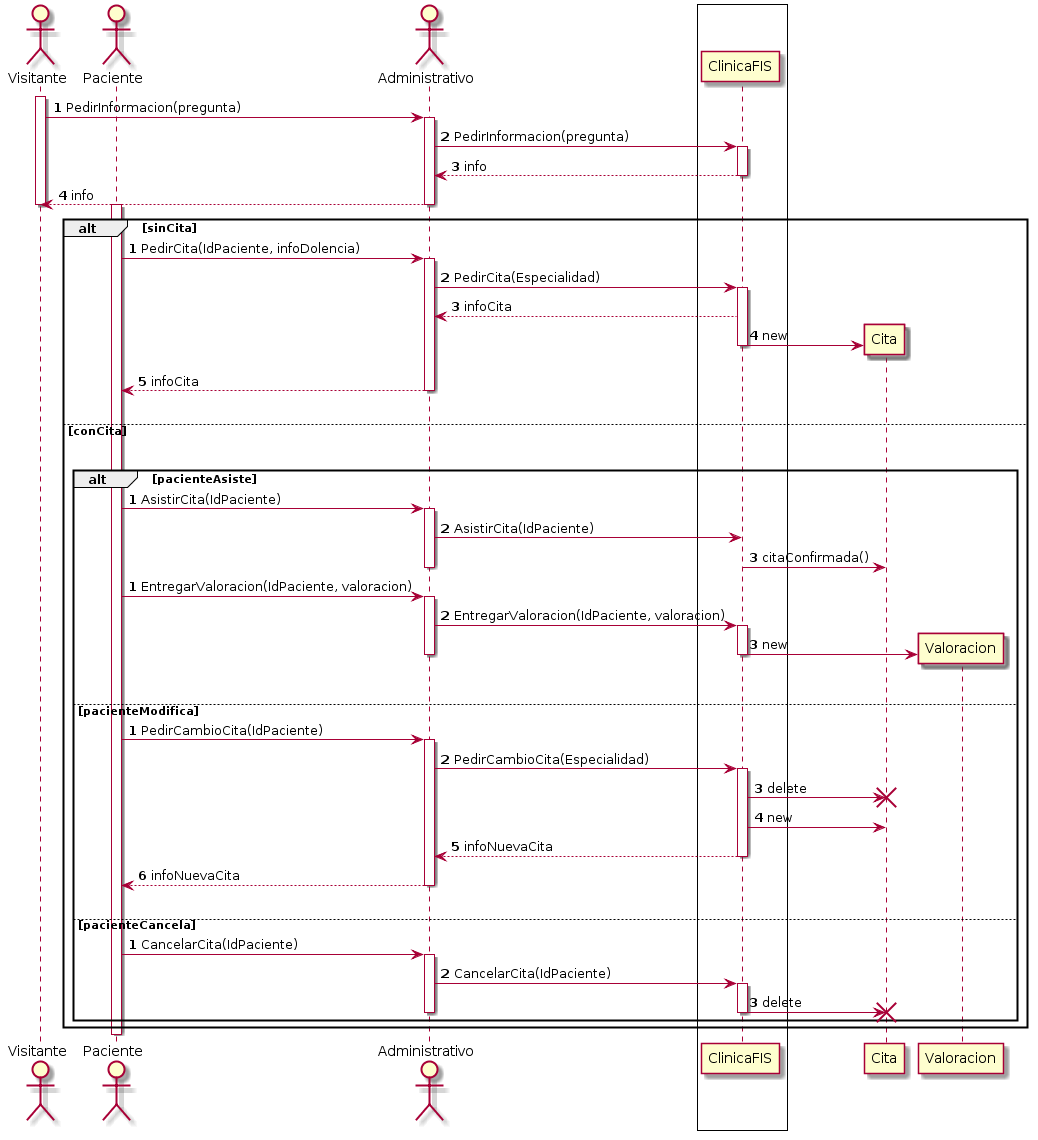
Before: p3/diagramas/diagramaMostrador.png, a diagram exported from PlantUML (jmml97/fis-practicas).
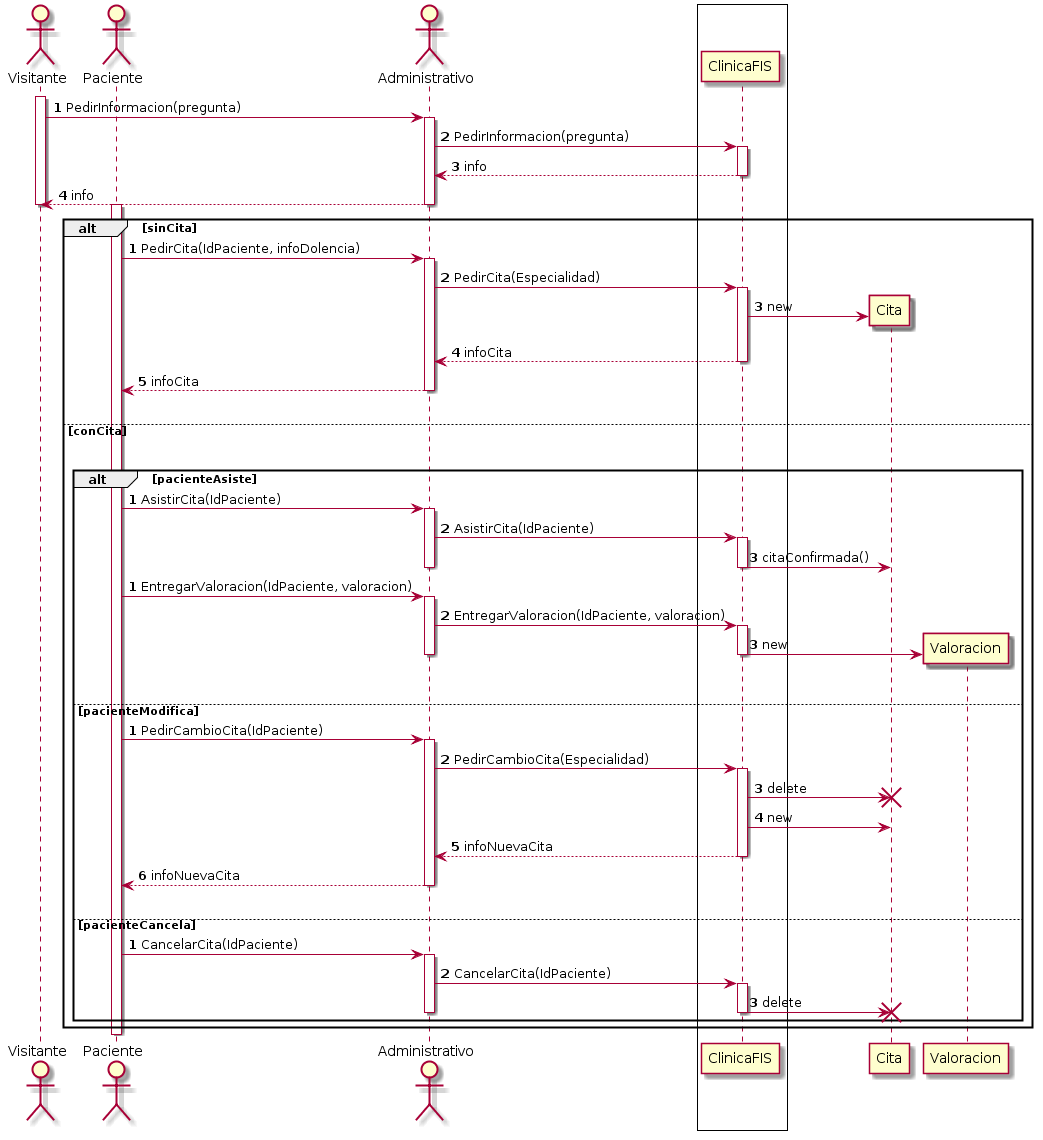
The same diagram one commit later.

The edit, as a diff of the source:
```diff
@@ -32,9 +32,9 @@
  activate A
  A-> ClinicaFIS: PedirCita(Especialidad)
  Activate ClinicaFIS
- ClinicaFIS-->A: infoCita
  create Cita
  ClinicaFIS -> Cita: new
+ ClinicaFIS-->A: infoCita
  deactivate ClinicaFIS
  A-->P: infoCita
  deactivate A
@@ -51,7 +51,9 @@
  P->A: AsistirCita(IdPaciente)
  activate A
  A->ClinicaFIS: AsistirCita(IdPaciente)
+ activate ClinicaFIS
  ClinicaFIS -> Cita: citaConfirmada()
+ deactivate ClinicaFIS
  deactivate A
  autonumber stop
 
```
